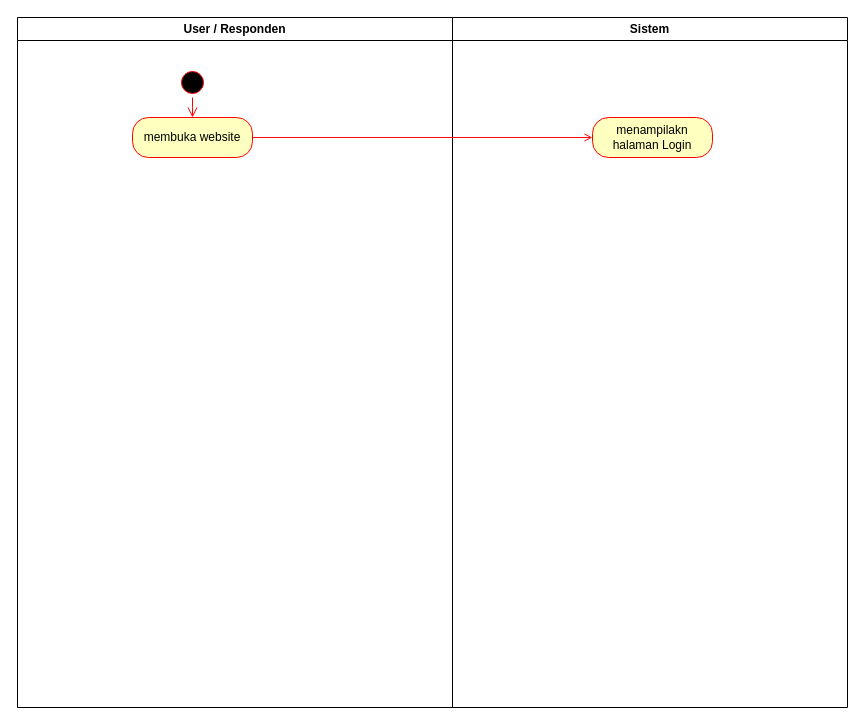
Before: Activity Diagram Login Uas.drawio in Tijan01/UAS_APPL, a draw.io diagram. Source tidied: cells renumbered, new cells numbered last; positions are measured from the earlier drawing's top-left corner, leaving out a move shared by most shapes. Both pictures are drawn from the tidied source at 100%, with x=0, y=0 at pixel (17, 17).
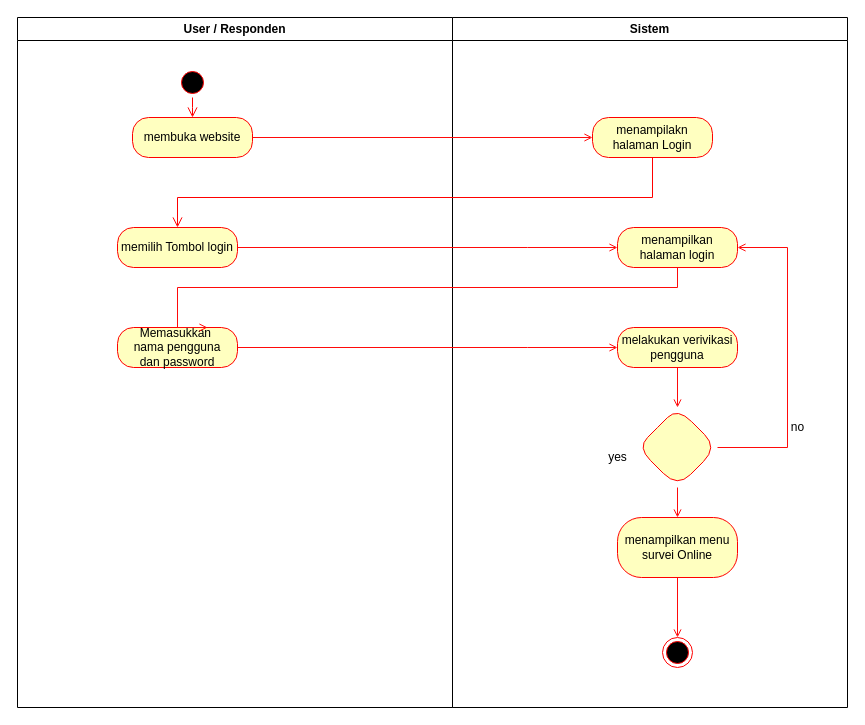
Above is the later version.

The change refers to these unchanged cells:
```xml
<mxCell id="2" value="User / Responden" style="swimlane;whiteSpace=wrap;startSize=23;" parent="1" vertex="1">
  <mxGeometry width="435" height="690" as="geometry" />
</mxCell>
<mxCell id="4" value="Sistem" style="swimlane;whiteSpace=wrap;" parent="1" vertex="1">
  <mxGeometry x="435" width="395" height="690" as="geometry" />
</mxCell>
<mxCell id="5" value="menampilakn halaman Login" style="rounded=1;whiteSpace=wrap;html=1;arcSize=40;fontColor=#000000;fillColor=#ffffc0;strokeColor=#ff0000;" parent="4" vertex="1">
  <mxGeometry x="140" y="100" width="120" height="40" as="geometry" />
</mxCell>
```

Diff of the diagram source:
```diff
@@
+    <mxCell id="9" value="memilih Tombol login" style="rounded=1;whiteSpace=wrap;html=1;arcSize=40;fontColor=#000000;fillColor=#ffffc0;strokeColor=#ff0000;" parent="2" vertex="1">
+      <mxGeometry x="100" y="210" width="120" height="40" as="geometry" />
+    </mxCell>
+    <mxCell id="10" value="Memasukkan&amp;nbsp;&lt;br&gt;nama pengguna&lt;br&gt;dan password" style="rounded=1;whiteSpace=wrap;html=1;arcSize=40;fontColor=#000000;fillColor=#ffffc0;strokeColor=#ff0000;" parent="2" vertex="1">
+      <mxGeometry x="100" y="310" width="120" height="40" as="geometry" />
+    </mxCell>
@@
+    <mxCell id="11" style="edgeStyle=orthogonalEdgeStyle;rounded=0;jettySize=auto;html=1;strokeColor=#FF0A0A;endArrow=open;endFill=0;" parent="4" edge="1" source="12" target="13">
+      <mxGeometry relative="1" as="geometry" />
+    </mxCell>
+    <mxCell id="12" value="melakukan verivikasi pengguna" style="rounded=1;whiteSpace=wrap;html=1;arcSize=40;fontColor=#000000;fillColor=#ffffc0;strokeColor=#ff0000;" parent="4" vertex="1">
+      <mxGeometry x="165" y="310" width="120" height="40" as="geometry" />
+    </mxCell>
+    <mxCell id="13" style="rhombus;whiteSpace=wrap;html=1;fillColor=#ffffc0;strokeColor=#ff0000;fontColor=#000000;rounded=1;arcSize=40;" parent="4" vertex="1">
+      <mxGeometry x="185" y="390" width="80" height="80" as="geometry" />
+    </mxCell>
+    <mxCell id="14" value="menampilkan halaman login" style="rounded=1;whiteSpace=wrap;html=1;arcSize=40;fontColor=#000000;fillColor=#ffffc0;strokeColor=#ff0000;" parent="4" vertex="1">
+      <mxGeometry x="165" y="210" width="120" height="40" as="geometry" />
+    </mxCell>
+    <mxCell id="15" style="edgeStyle=orthogonalEdgeStyle;rounded=0;jettySize=auto;html=1;strokeColor=#FF0A0A;endArrow=open;endFill=0;entryX=1;entryY=0.5;entryDx=0;entryDy=0;" parent="4" edge="1" source="13" target="14">
+      <mxGeometry relative="1" as="geometry">
+        <Array as="points">
+          <mxPoint x="335" y="430" />
+          <mxPoint x="335" y="230" />
+        </Array>
+      </mxGeometry>
+    </mxCell>
+    <mxCell id="16" style="edgeStyle=orthogonalEdgeStyle;rounded=0;jettySize=auto;html=1;strokeColor=#FF0A0A;endArrow=open;endFill=0;" parent="4" edge="1" source="17" target="19">
+      <mxGeometry relative="1" as="geometry" />
+    </mxCell>
+    <mxCell id="17" value="menampilkan menu survei Online" style="whiteSpace=wrap;html=1;fillColor=#ffffc0;strokeColor=#ff0000;fontColor=#000000;rounded=1;arcSize=40;" parent="4" vertex="1">
+      <mxGeometry x="165" y="500" width="120" height="60" as="geometry" />
+    </mxCell>
+    <mxCell id="18" style="edgeStyle=orthogonalEdgeStyle;rounded=0;jettySize=auto;html=1;strokeColor=#FF0A0A;endArrow=open;endFill=0;" parent="4" edge="1" source="13" target="17">
+      <mxGeometry relative="1" as="geometry" />
+    </mxCell>
+    <mxCell id="19" style="ellipse;html=1;shape=endState;fillColor=#000000;strokeColor=#ff0000;" parent="4" vertex="1">
+      <mxGeometry x="210" y="620" width="30" height="30" as="geometry" />
+    </mxCell>
@@
+    <mxCell id="20" style="edgeStyle=orthogonalEdgeStyle;html=1;verticalAlign=bottom;endArrow=open;endSize=8;strokeColor=#ff0000;rounded=0;" parent="1" edge="1" source="5" target="9">
+      <mxGeometry relative="1" as="geometry">
+        <Array as="points">
+          <mxPoint x="635" y="180" />
+          <mxPoint x="160" y="180" />
+        </Array>
+      </mxGeometry>
+    </mxCell>
+    <mxCell id="21" style="edgeStyle=orthogonalEdgeStyle;rounded=0;jettySize=auto;html=1;strokeColor=#FF0A0A;endArrow=open;endFill=0;" parent="1" edge="1" source="10" target="12">
+      <mxGeometry relative="1" as="geometry">
+        <Array as="points">
+          <mxPoint x="510" y="330" />
+          <mxPoint x="510" y="330" />
+        </Array>
+      </mxGeometry>
+    </mxCell>
+    <mxCell id="22" style="edgeStyle=orthogonalEdgeStyle;rounded=0;jettySize=auto;html=1;strokeColor=#FF0A0A;endArrow=open;endFill=0;" parent="1" edge="1" source="9" target="14">
+      <mxGeometry relative="1" as="geometry">
+        <Array as="points">
+          <mxPoint x="510" y="230" />
+          <mxPoint x="510" y="230" />
+        </Array>
+      </mxGeometry>
+    </mxCell>
+    <mxCell id="23" style="edgeStyle=orthogonalEdgeStyle;rounded=0;jettySize=auto;html=1;entryX=0.75;entryY=0;entryDx=0;entryDy=0;strokeColor=#FF0A0A;endArrow=open;endFill=0;" parent="1" edge="1" source="14" target="10">
+      <mxGeometry relative="1" as="geometry">
+        <Array as="points">
+          <mxPoint x="660" y="270" />
+          <mxPoint x="160" y="270" />
+          <mxPoint x="160" y="310" />
+        </Array>
+      </mxGeometry>
+    </mxCell>
+    <mxCell id="24" value="no" style="text;html=1;align=center;verticalAlign=middle;strokeColor=none;fillColor=none;" parent="1" vertex="1">
+      <mxGeometry x="760" y="395" width="40" height="30" as="geometry" />
+    </mxCell>
+    <mxCell id="25" value="yes" style="text;html=1;align=center;verticalAlign=middle;strokeColor=none;fillColor=none;" parent="1" vertex="1">
+      <mxGeometry x="580" y="425" width="40" height="30" as="geometry" />
+    </mxCell>
```
